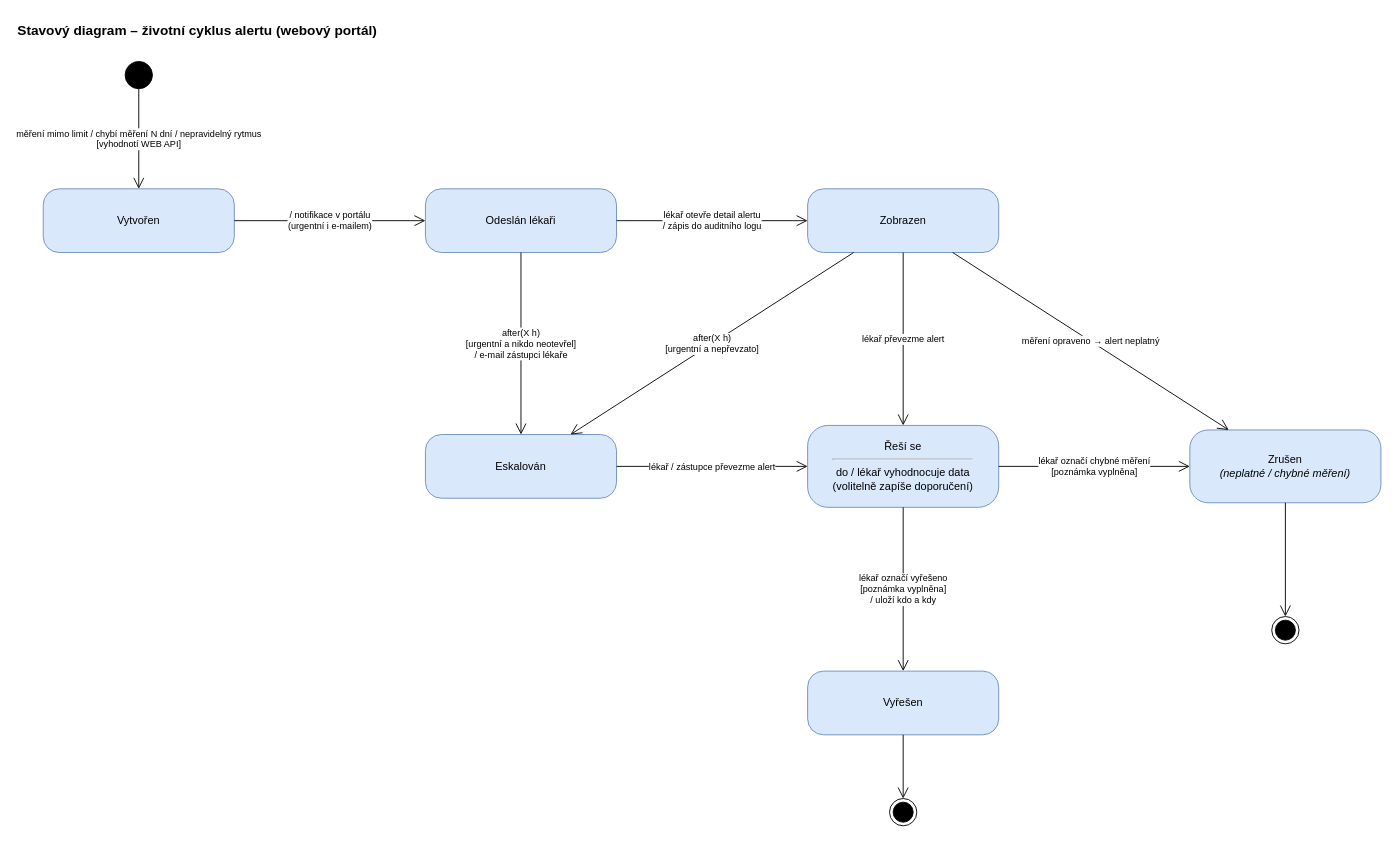
Earlier version of the draw.io diagram Sabi/SD_alert.drawio (stastmar/SI_projekt). Source tidied: cells renumbered, new cells numbered last; positions are measured from the earlier drawing's top-left corner, leaving out a move shared by most shapes. Both pictures are drawn from the tidied source at 91%, with x=0, y=0 at pixel (15, 15).
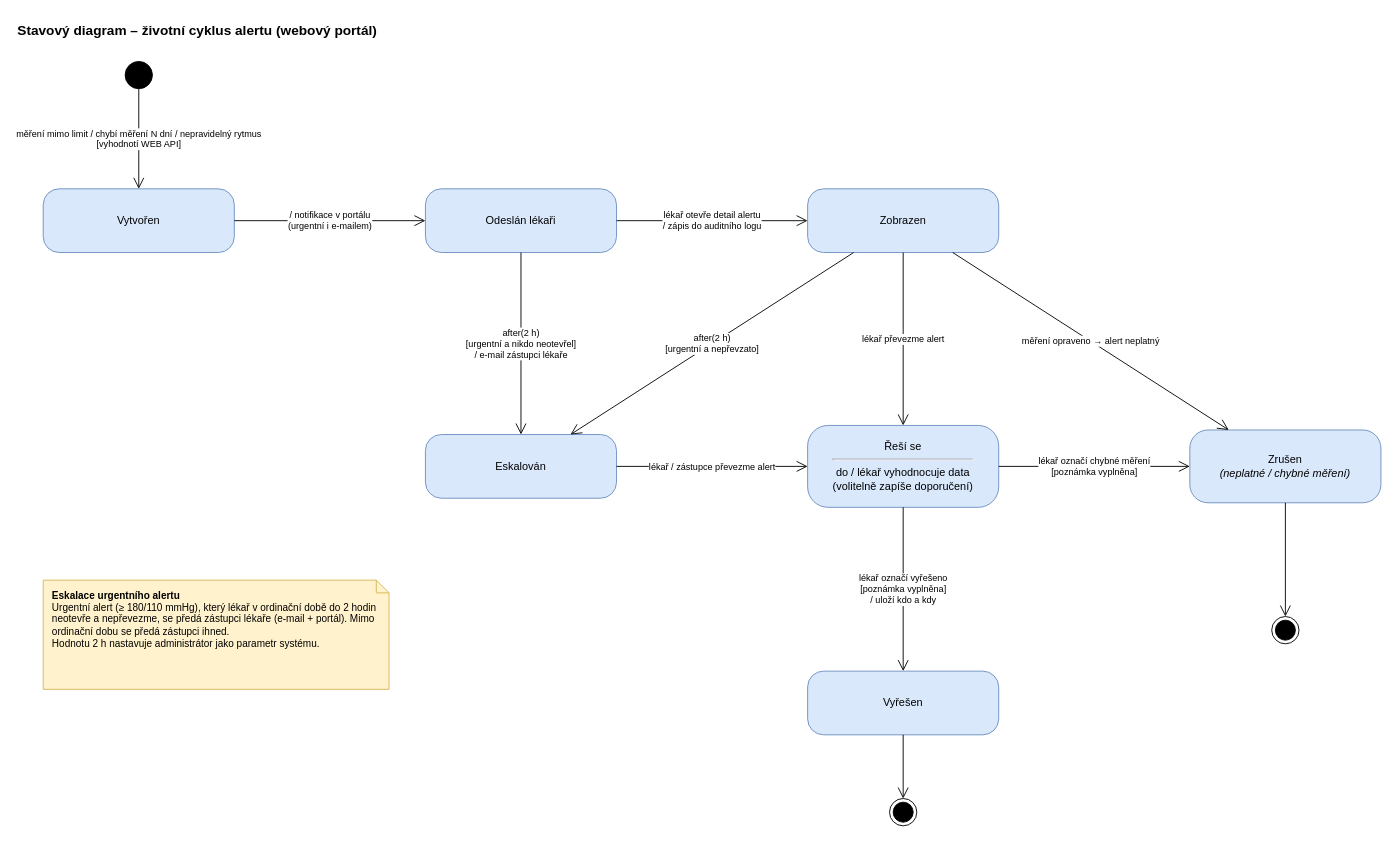
The same page after the edit.

Commit message (it also covers changes not shown here):
Portal: eskalace alertu 2 h, novy export SD, popis s citacemi ESH, aktualizace tabulky ukolu

The change refers to these unchanged cells:
```xml
<mxCell id="7" value="Odeslán lékaři" style="rounded=1;whiteSpace=wrap;html=1;arcSize=25;fillColor=#dae8fc;strokeColor=#6c8ebf;fontStyle=0;fontSize=12;" parent="1" vertex="1">
  <mxGeometry x="450" y="190" width="210" height="70" as="geometry" />
</mxCell>
<mxCell id="8" value="Zobrazen" style="rounded=1;whiteSpace=wrap;html=1;arcSize=25;fillColor=#dae8fc;strokeColor=#6c8ebf;fontStyle=0;fontSize=12;" parent="1" vertex="1">
  <mxGeometry x="870" y="190" width="210" height="70" as="geometry" />
</mxCell>
<mxCell id="9" value="Eskalován" style="rounded=1;whiteSpace=wrap;html=1;arcSize=25;fillColor=#dae8fc;strokeColor=#6c8ebf;fontStyle=0;fontSize=12;" parent="1" vertex="1">
  <mxGeometry x="450" y="460" width="210" height="70" as="geometry" />
</mxCell>
```

The edit, as a diff of the source:
```diff
@@
-    <mxCell id="17" value="after(X h)&lt;br&gt;[urgentní a nikdo neotevřel]&lt;br&gt;/ e-mail zástupci lékaře" style="endArrow=open;endSize=10;html=1;fontSize=10;labelBackgroundColor=#ffffff;" parent="1" edge="1" source="7" target="9">
+    <mxCell id="17" value="after(2 h)&lt;br&gt;[urgentní a nikdo neotevřel]&lt;br&gt;/ e-mail zástupci lékaře" style="endArrow=open;endSize=10;html=1;fontSize=10;labelBackgroundColor=#ffffff;" parent="1" edge="1" source="7" target="9">
       <mxGeometry relative="1" as="geometry" />
     </mxCell>
-    <mxCell id="18" value="after(X h)&lt;br&gt;[urgentní a nepřevzato]" style="endArrow=open;endSize=10;html=1;fontSize=10;labelBackgroundColor=#ffffff;" parent="1" edge="1" source="8" target="9">
+    <mxCell id="18" value="after(2 h)&lt;br&gt;[urgentní a nepřevzato]" style="endArrow=open;endSize=10;html=1;fontSize=10;labelBackgroundColor=#ffffff;" parent="1" edge="1" source="8" target="9">
       <mxGeometry relative="1" as="geometry" />
     </mxCell>
@@
+    <mxCell id="25" value="&lt;b&gt;Eskalace urgentního alertu&lt;/b&gt;&lt;br&gt;Urgentní alert (≥ 180/110 mmHg), který lékař v ordinační době do 2 hodin neotevře a nepřevezme, se předá zástupci lékaře (e-mail + portál). Mimo ordinační dobu se předá zástupci ihned.&lt;br&gt;Hodnotu 2 h nastavuje administrátor jako parametr systému." style="shape=note;whiteSpace=wrap;html=1;size=14;fillColor=#fff2cc;strokeColor=#d6b656;align=left;verticalAlign=top;spacingLeft=8;spacingTop=4;fontSize=11;" parent="1" vertex="1">
+      <mxGeometry x="30" y="620" width="380" height="120" as="geometry" />
+    </mxCell>
```
